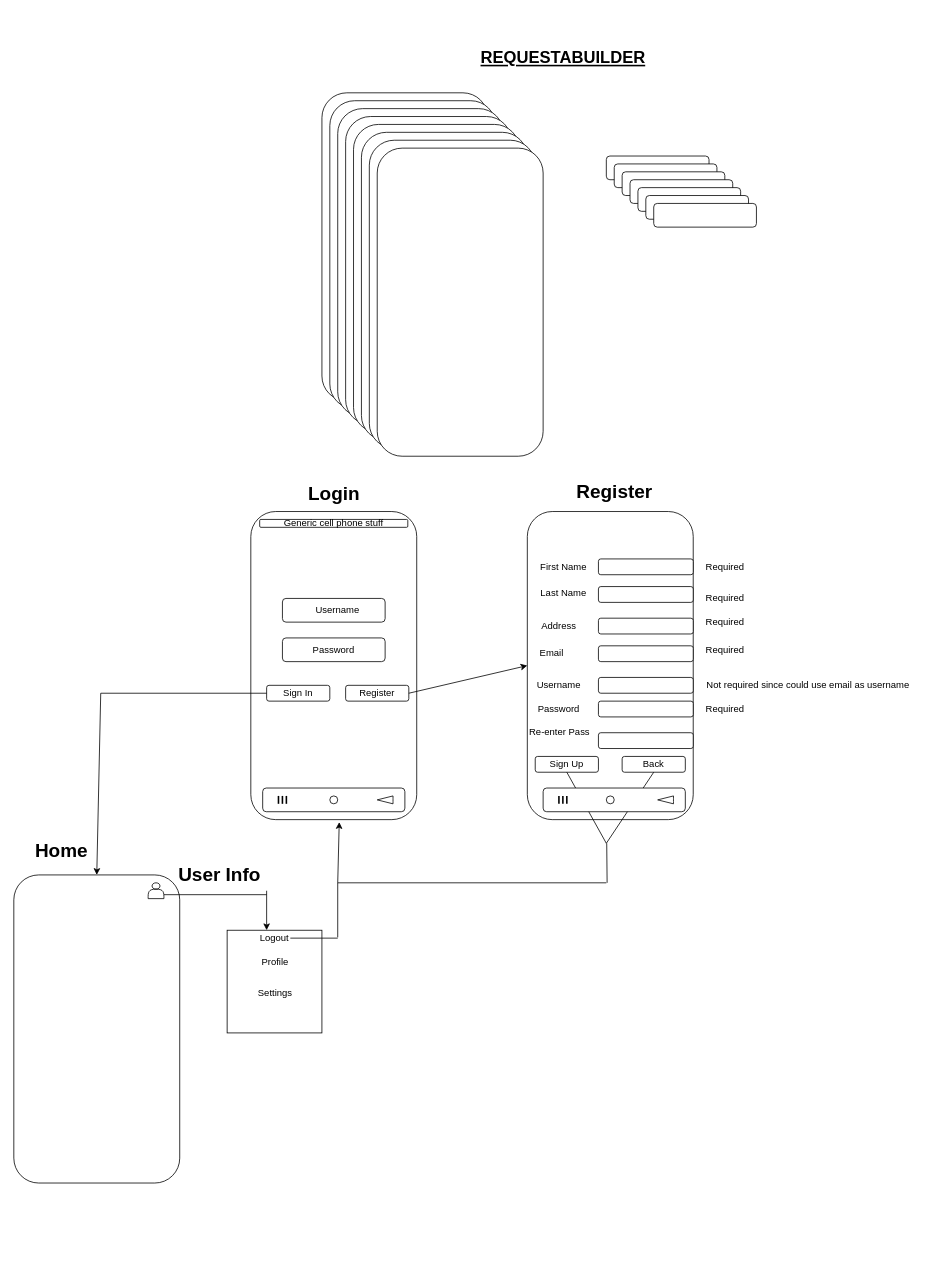
The draw.io diagram requestabuilder.drawio in caseyDev422/requestabuilder, before the edit. Source tidied: cells renumbered, new cells numbered last; positions are measured from the earlier drawing's top-left corner, leaving out a move shared by most shapes. Both pictures are drawn from the tidied source at 79%, with x=0, y=0 at pixel (13, 13).
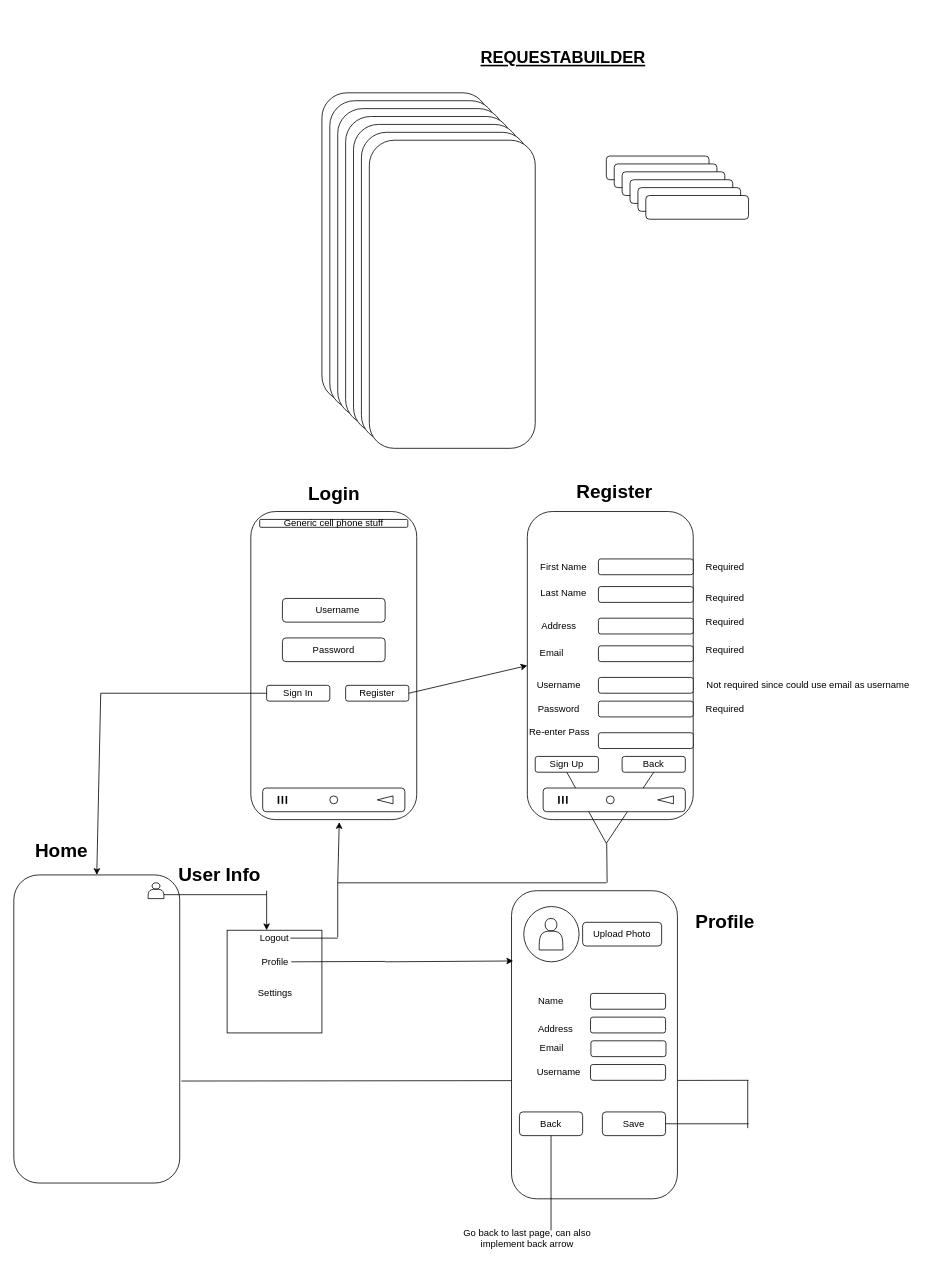
After the change.

The change refers to these unchanged cells:
```xml
<mxCell id="79" value="Profile" style="text;html=1;strokeColor=none;fillColor=none;align=center;verticalAlign=middle;whiteSpace=wrap;rounded=0;" parent="1" vertex="1">
  <mxGeometry x="311.2" y="1190" width="40" height="20" as="geometry" />
</mxCell>
```

Change to the diagram source:
```diff
@@
+    <mxCell id="83" style="endArrow=none;html=1;exitX=1.01;exitY=0.669;exitDx=0;exitDy=0;exitPerimeter=0;" parent="1" edge="1" source="11">
+      <mxGeometry relative="1" as="geometry">
+        <mxPoint x="930" y="1350" as="targetPoint" />
+      </mxGeometry>
+    </mxCell>
@@
+    <mxCell id="11" style="rounded=1;whiteSpace=wrap;html=1;" parent="1" vertex="1">
+      <mxGeometry y="1090" width="210" height="390" as="geometry" />
+    </mxCell>
     <mxCell id="10" style="rounded=1;whiteSpace=wrap;html=1;" parent="1" vertex="1">
-      <mxGeometry x="460" y="170" width="210" height="390" as="geometry" />
+      <mxGeometry x="630" y="1110" width="210" height="390" as="geometry" />
     </mxCell>
-    <mxCell id="11" style="rounded=1;whiteSpace=wrap;html=1;" parent="1" vertex="1">
-      <mxGeometry y="1090" width="210" height="390" as="geometry" />
-    </mxCell>
@@
-    <mxCell id="21" style="rounded=1;whiteSpace=wrap;html=1;" parent="1" vertex="1">
-      <mxGeometry x="810" y="240" width="130" height="30" as="geometry" />
+    <mxCell id="21" value="Back" style="rounded=1;whiteSpace=wrap;html=1;" parent="1" vertex="1">
+      <mxGeometry x="640" y="1390" width="80" height="30" as="geometry" />
     </mxCell>
@@
+    <mxCell id="84" style="endArrow=none;html=1;exitX=1;exitY=0.5;exitDx=0;exitDy=0;" parent="1" edge="1" source="79">
+      <mxGeometry relative="1" as="geometry">
+        <mxPoint x="470" y="1199.5" as="targetPoint" />
+      </mxGeometry>
+    </mxCell>
+    <mxCell id="85" style="endArrow=classic;html=1;entryX=0.01;entryY=0.228;entryDx=0;entryDy=0;entryPerimeter=0;" parent="1" edge="1" target="10">
+      <mxGeometry relative="1" as="geometry">
+        <mxPoint x="470" y="1200" as="sourcePoint" />
+      </mxGeometry>
+    </mxCell>
+    <mxCell id="86" value="Profile" style="text;strokeColor=none;fillColor=none;html=1;fontSize=24;fontStyle=1;verticalAlign=middle;align=center;" parent="1" vertex="1">
+      <mxGeometry x="850" y="1130" width="100" height="40" as="geometry" />
+    </mxCell>
+    <mxCell id="87" style="ellipse;whiteSpace=wrap;html=1;" parent="1" vertex="1">
+      <mxGeometry x="645.5" y="1130" width="70" height="70" as="geometry" />
+    </mxCell>
+    <mxCell id="88" style="shape=actor;whiteSpace=wrap;html=1;" parent="1" vertex="1">
+      <mxGeometry x="665" y="1145" width="30" height="40" as="geometry" />
+    </mxCell>
+    <mxCell id="89" value="Upload Photo" style="rounded=1;whiteSpace=wrap;html=1;" parent="1" vertex="1">
+      <mxGeometry x="720" y="1150" width="100" height="30" as="geometry" />
+    </mxCell>
+    <mxCell id="90" value="Name" style="text;html=1;strokeColor=none;fillColor=none;align=center;verticalAlign=middle;whiteSpace=wrap;rounded=0;" parent="1" vertex="1">
+      <mxGeometry x="645" y="1240" width="70" height="20" as="geometry" />
+    </mxCell>
+    <mxCell id="91" value="Address" style="text;html=1;strokeColor=none;fillColor=none;align=center;verticalAlign=middle;whiteSpace=wrap;rounded=0;" parent="1" vertex="1">
+      <mxGeometry x="650.5" y="1275" width="70" height="20" as="geometry" />
+    </mxCell>
+    <mxCell id="92" value="Email" style="text;html=1;strokeColor=none;fillColor=none;align=center;verticalAlign=middle;whiteSpace=wrap;rounded=0;" parent="1" vertex="1">
+      <mxGeometry x="645.5" y="1300" width="70" height="20" as="geometry" />
+    </mxCell>
+    <mxCell id="93" value="Username" style="text;html=1;strokeColor=none;fillColor=none;align=center;verticalAlign=middle;whiteSpace=wrap;rounded=0;" parent="1" vertex="1">
+      <mxGeometry x="655.2" y="1330" width="70" height="20" as="geometry" />
+    </mxCell>
+    <mxCell id="94" style="rounded=1;whiteSpace=wrap;html=1;" parent="1" vertex="1">
+      <mxGeometry x="730" y="1240" width="95" height="20" as="geometry" />
+    </mxCell>
+    <mxCell id="95" style="rounded=1;whiteSpace=wrap;html=1;" parent="1" vertex="1">
+      <mxGeometry x="730" y="1270" width="95" height="20" as="geometry" />
+    </mxCell>
+    <mxCell id="96" style="rounded=1;whiteSpace=wrap;html=1;" parent="1" vertex="1">
+      <mxGeometry x="730.5" y="1300" width="95" height="20" as="geometry" />
+    </mxCell>
+    <mxCell id="97" style="rounded=1;whiteSpace=wrap;html=1;" parent="1" vertex="1">
+      <mxGeometry x="730" y="1330" width="95" height="20" as="geometry" />
+    </mxCell>
+    <mxCell id="98" value="Save" style="rounded=1;whiteSpace=wrap;html=1;" parent="1" vertex="1">
+      <mxGeometry x="745" y="1390" width="80" height="30" as="geometry" />
+    </mxCell>
+    <mxCell id="99" style="endArrow=none;html=1;" parent="1" edge="1">
+      <mxGeometry relative="1" as="geometry">
+        <mxPoint x="680" y="1540" as="sourcePoint" />
+        <mxPoint x="680" y="1420" as="targetPoint" />
+      </mxGeometry>
+    </mxCell>
+    <mxCell id="100" value="Go back to last page, can also implement back arrow" style="text;html=1;strokeColor=none;fillColor=none;align=center;verticalAlign=middle;whiteSpace=wrap;rounded=0;" parent="1" vertex="1">
+      <mxGeometry x="540" y="1520" width="220" height="60" as="geometry" />
+    </mxCell>
+    <mxCell id="101" style="endArrow=none;html=1;entryX=1;entryY=0.5;entryDx=0;entryDy=0;" parent="1" edge="1" target="98">
+      <mxGeometry relative="1" as="geometry">
+        <mxPoint x="930" y="1405" as="sourcePoint" />
+      </mxGeometry>
+    </mxCell>
+    <mxCell id="102" style="endArrow=none;html=1;" parent="1" edge="1">
+      <mxGeometry relative="1" as="geometry">
+        <mxPoint x="929" y="1350" as="sourcePoint" />
+        <mxPoint x="929" y="1410.5" as="targetPoint" />
+      </mxGeometry>
+    </mxCell>
```
